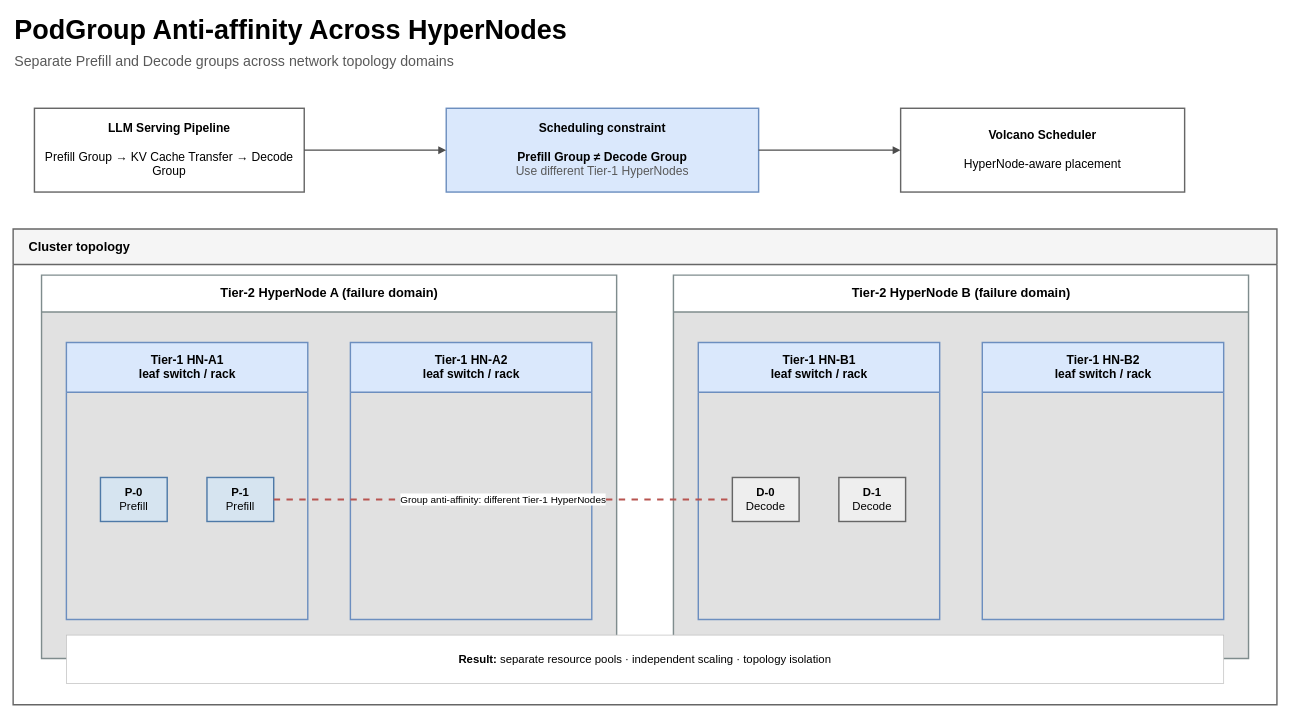
Before: docs/images/network-topology/podgroup-antiaffinity-hypernode.drawio in JesseStutler/volcano, a draw.io diagram. Source tidied: cells renumbered, new cells numbered last; positions are measured from the earlier drawing's top-left corner, leaving out a move shared by most shapes. Both pictures are drawn from the tidied source at 71%, with x=0, y=0 at pixel (13, 12).
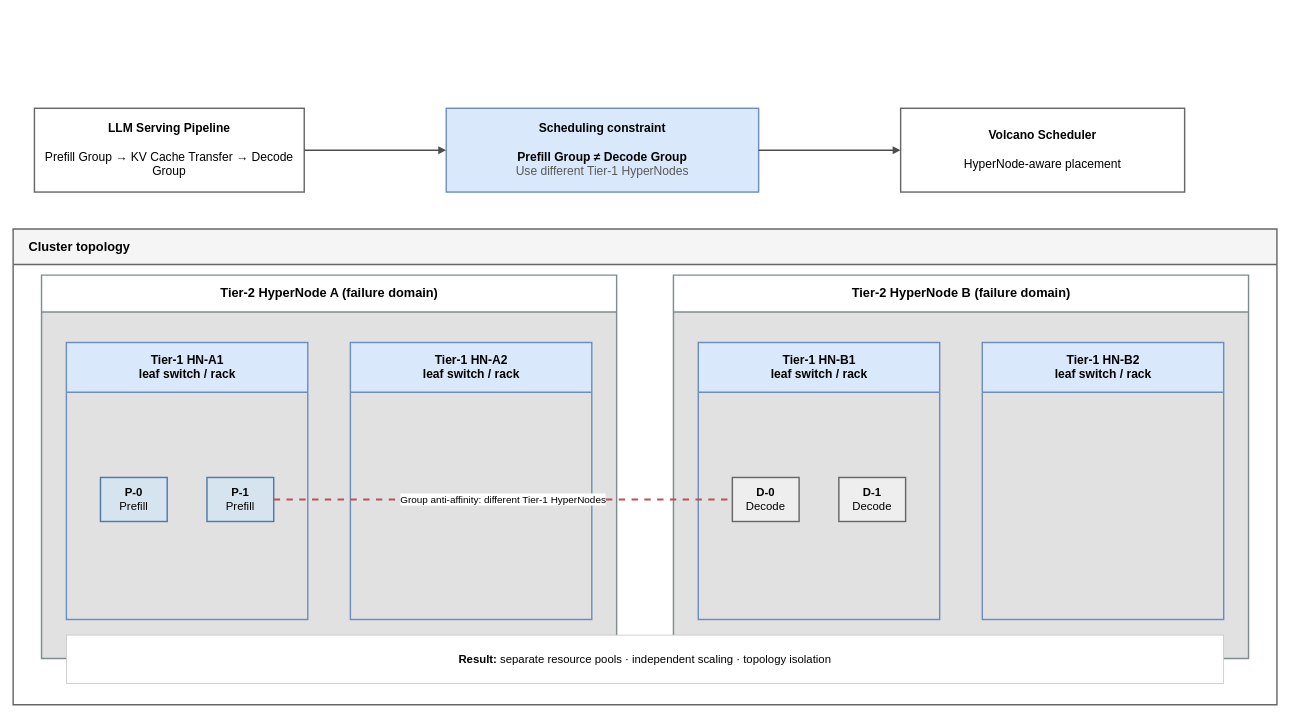
After the change.

What changed in the source:
```diff
@@
-    <mxCell id="2" value="PodGroup Anti-affinity Across HyperNodes" style="text;html=1;strokeColor=none;fillColor=none;align=left;verticalAlign=middle;fontSize=38;fontStyle=1;" parent="1" vertex="1">
-      <mxGeometry width="1100" height="50" as="geometry" />
-    </mxCell>
-    <mxCell id="3" value="Separate Prefill and Decode groups across network topology domains" style="text;html=1;strokeColor=none;fillColor=none;align=left;fontSize=20;fontColor=#595959;" parent="1" vertex="1">
-      <mxGeometry y="50" width="1100" height="35" as="geometry" />
-    </mxCell>
```
